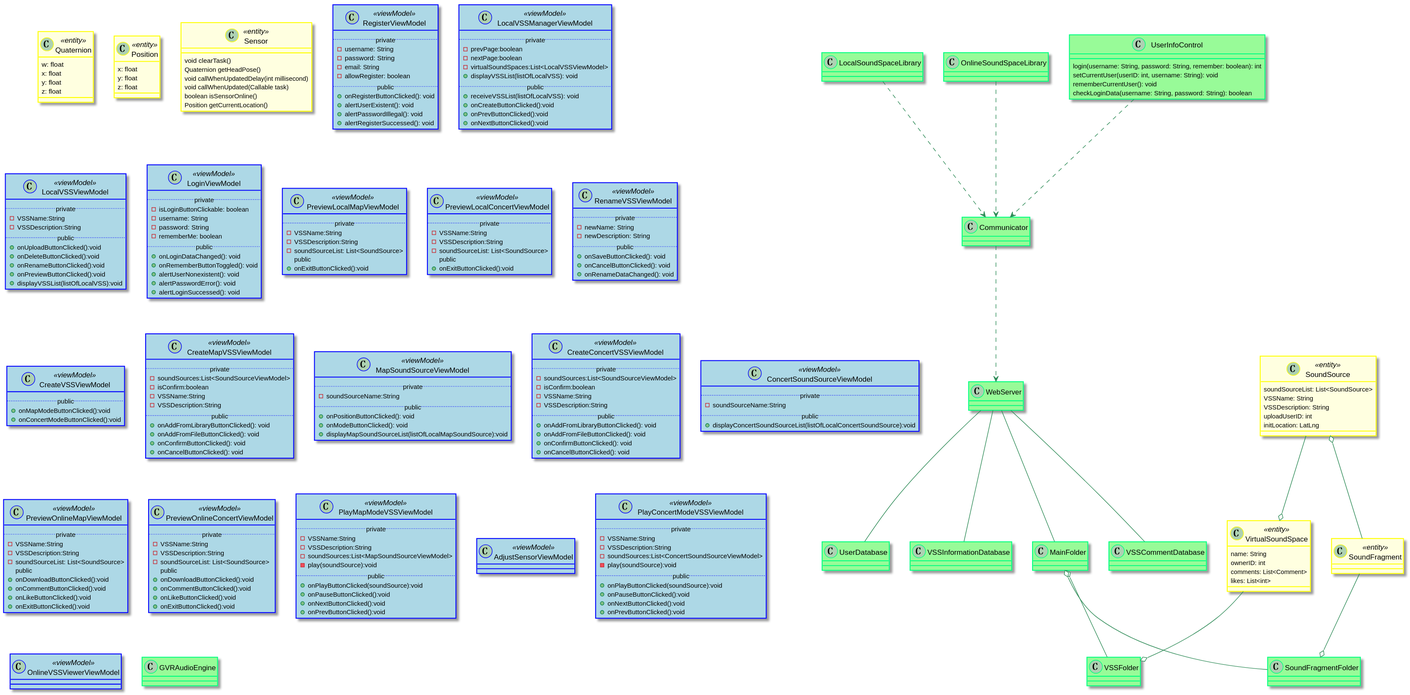
Earlier version of the PlantUML export 设计/Diagrams/ClassDiagram.svg (kpp19920121/doc).
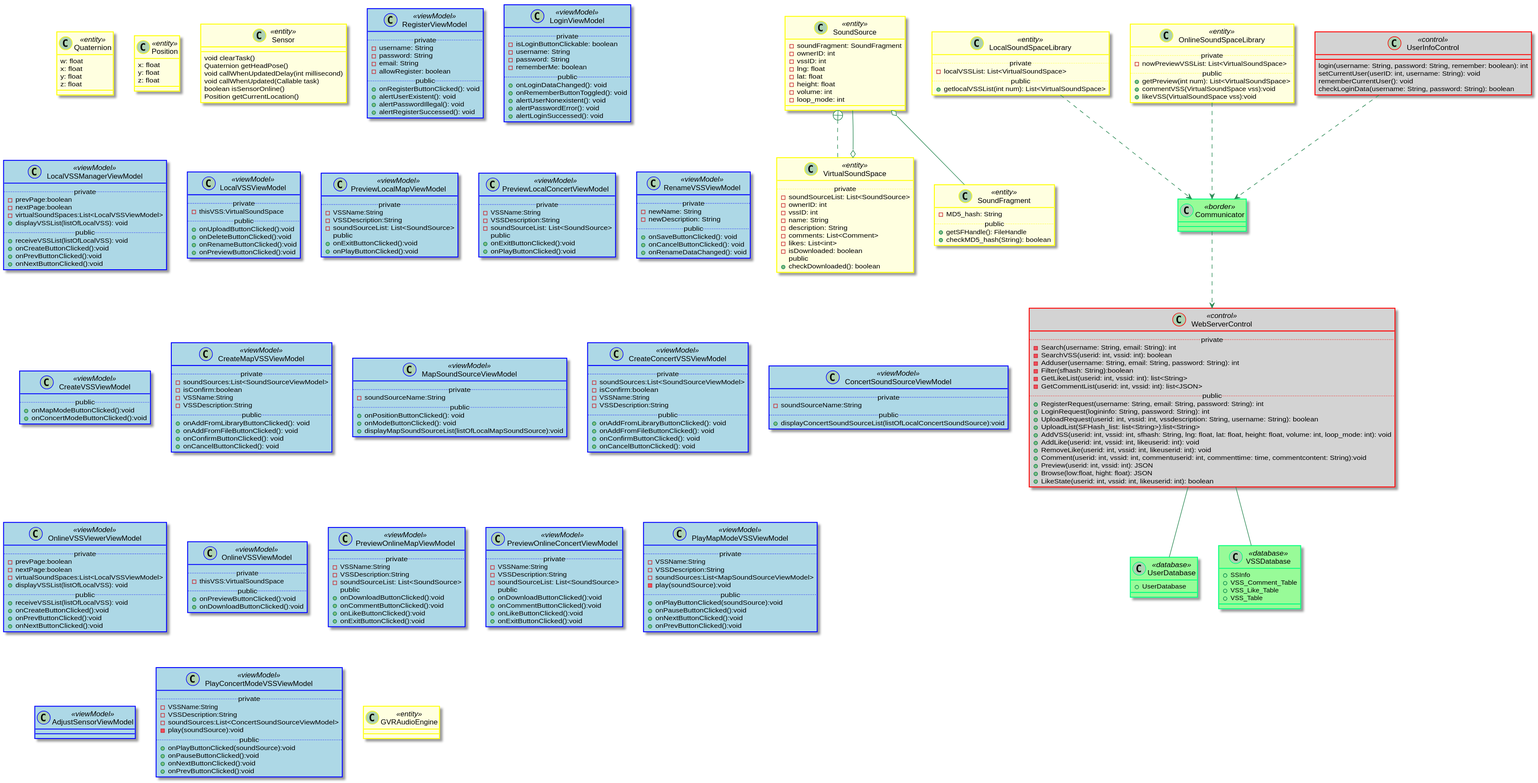
Above is the later version.

The edit, as a diff of the source:
```diff
@@ -25,10 +25,6 @@
 	z: float
 }
 
-
-class LocalSoundSpaceLibrary {
-
-}
 class Sensor <<entity>> {
 	void clearTask()
 	Quaternion getHeadPose()
@@ -37,25 +33,57 @@
 	boolean isSensorOnline()
 	Position getCurrentLocation()
 }
+
 class VirtualSoundSpace <<entity>> {
-	name: String
-	ownerID: int
-	comments: List<Comment>
-	likes: List<int>
+	..private..
+  - soundSourceList: List<SoundSource>
+  - ownerID: int
+  - vssID: int
+  - name: String
+  - description: String
+  - comments: List<Comment>
+  - likes: List<int>
+  - isDownloaded: boolean
+  ..public..
+  + checkDownloaded(): boolean
 }
+
 class SoundSource <<entity>> {
-	soundSourceList: List<SoundSource>
-	VSSName: String
-	VSSDescription: String
-	uploadUserID: int
-	initLocation: LatLng
+  - soundFragment: SoundFragment
+  - ownerID: int
+  - vssID: int
+  - lng: float
+  - lat: float
+  - height: float
+  - volume: int
+  - loop_mode: int
 }
-class OnlineSoundSpaceLibrary {
+SoundSource +.. VirtualSoundSpace
 
+class SoundFragment <<entity>> {
+  - MD5_hash: String
+  ..public..
+  + getSFHandle(): FileHandle
+  + checkMD5_hash(String): boolean
 }
-class SoundFragment <<entity>> {
 
+class LocalSoundSpaceLibrary <<entity>> {
+  ..private..
+  - localVSSList: List<VirtualSoundSpace>
+  ..public..
+  + getlocalVSSList(int num): List<VirtualSoundSpace>
 }
+
+class OnlineSoundSpaceLibrary <<entity>> {
+  ..private..
+  - nowPreviewVSSList: List<VirtualSoundSpace>
+  ..public..
+  + getPreview(int num): List<VirtualSoundSpace>
+  + commentVSS(VirtualSoundSpace vss):void
+  + likeVSS(VirtualSoundSpace vss):void
+}
+
+
 class RegisterViewModel <<viewModel>> {
     ..private..
     - username: String
@@ -68,29 +96,7 @@
     + alertPasswordIllegal(): void
     + alertRegisterSuccessed(): void
 }
-class LocalVSSManagerViewModel <<viewModel>> {
-  ..private..
-  -prevPage:boolean
-  -nextPage:boolean
-  -virtualSoundSpaces:List<LocalVSSViewModel>
-	+displayVSSList(listOfLocalVSS): void
-  ..public..
-	+receiveVSSList(listOfLocalVSS): void
-  +onCreateButtonClicked():void
-  +onPrevButtonClicked():void
-  +onNextButtonClicked():void
-}
-class LocalVSSViewModel <<viewModel>> {
-  ..private..
-  -VSSName:String
-  -VSSDescription:String
-  ..public..
-  +onUploadButtonClicked():void
-  +onDeleteButtonClicked():void
-  +onRenameButtonClicked():void
-  +onPreviewButtonClicked():void
-  +displayVSSList(listOfLocalVSS):void
-}
+
 class LoginViewModel <<viewModel>> {
     ..private..
     - isLoginButtonClickable: boolean
@@ -105,6 +111,30 @@
     + alertLoginSuccessed(): void
 }
 
+class LocalVSSManagerViewModel <<viewModel>> {
+  ..private..
+  -prevPage:boolean
+  -nextPage:boolean
+  -virtualSoundSpaces:List<LocalVSSViewModel>
+	+displayVSSList(listOfLocalVSS): void
+  ..public..
+	+receiveVSSList(listOfLocalVSS): void
+  +onCreateButtonClicked():void
+  +onPrevButtonClicked():void
+  +onNextButtonClicked():void
+}
+
+class LocalVSSViewModel <<viewModel>> {
+  ..private..
+  -thisVSS:VirtualSoundSpace
+  ..public..
+  +onUploadButtonClicked():void
+  +onDeleteButtonClicked():void
+  +onRenameButtonClicked():void
+  +onPreviewButtonClicked():void
+}
+
+
 class PreviewLocalMapViewModel <<viewModel>> {
 	..private..
   - VSSName:String
@@ -112,6 +142,7 @@
 	- soundSourceList: List<SoundSource>
   ..public..
   +onExitButtonClicked():void
+  +onPlayButtonClicked():void
 }
 class PreviewLocalConcertViewModel <<viewModel>> {
 	..private..
@@ -120,6 +151,7 @@
 	- soundSourceList: List<SoundSource>
   ..public..
   +onExitButtonClicked():void
+  +onPlayButtonClicked():void
 }
 
 class RenameVSSViewModel <<viewModel>> {
@@ -175,6 +207,28 @@
   ..public..
   +displayConcertSoundSourceList(listOfLocalConcertSoundSource):void
 }
+
+class OnlineVSSViewerViewModel <<viewModel>> {
+  ..private..
+  -prevPage:boolean
+  -nextPage:boolean
+  -virtualSoundSpaces:List<LocalVSSViewModel>
+	+displayVSSList(listOfLocalVSS): void
+  ..public..
+	+receiveVSSList(listOfLocalVSS): void
+  +onCreateButtonClicked():void
+  +onPrevButtonClicked():void
+  +onNextButtonClicked():void
+}
+
+class OnlineVSSViewModel <<viewModel>> {
+  ..private..
+  -thisVSS:VirtualSoundSpace
+  ..public..
+  +onPreviewButtonClicked():void
+  +onDownloadButtonClicked():void
+}
+
 class PreviewOnlineMapViewModel <<viewModel>> {
 	..private..
   - VSSName:String
@@ -226,54 +280,64 @@
   +onPrevButtonClicked():void
 }
 
-class OnlineVSSViewerViewModel <<viewModel>> {
+
+class GVRAudioEngine <<entity>>{
 
 }
-class GVRAudioEngine {
-
-}
-class UserInfoControl {
+class UserInfoControl <<control>>{
 	login(username: String, password: String, remember: boolean): int
 	setCurrentUser(userID: int, username: String): void
 	rememberCurrentUser(): void
 	checkLoginData(username: String, password: String): boolean
 }
 
-class Communicator{
+class Communicator<<border>>{
 
 }
-class WebServer{
+class WebServerControl<<control>>{
+	..private..
+	-Search(username: String, email: String): int
+	-SearchVSS(userid: int, vssid: int): boolean
+	-Adduser(username: String, email: String, password: String): int
+	-Filter(sfhash: String):boolean
+	-GetLikeList(userid: int, vssid: int): list<String>
+	-GetCommentList(userid: int, vssid: int): list<JSON>
+	..public..
+	+RegisterRequest(username: String, email: String, password: String): int
+	+LoginRequest(logininfo: String, password: String): int
+	+UploadRequest(userid: int, vssid: int, vssdescription: String, username: String): boolean
+	+UploadList(SFHash_list: list<String>):list<String>
+	+AddVSS(userid: int, vssid: int, sfhash: String, lng: float, lat: float, height: float, volume: int, loop_mode: int): void
+	+AddLike(userid: int, vssid: int, likeuserid: int): void
+	+RemoveLike(userid: int, vssid: int, likeuserid: int): void
+	+Comment(userid: int, vssid: int, commentuserid: int, commenttime: time, commentcontent: String):void
+	+Preview(userid: int, vssid: int): JSON
+	+Browse(low:float, hight: float): JSON
+	+LikeState(userid: int, vssid: int, likeuserid: int): boolean
 }
 
-class UserDatabase{
+class UserDatabase<<database>>{
+	+UserDatabase
 }
-class VSSInformationDatabase{
-}
-class MainFolder{
-}
-class VSSCommentDatabase{
+class VSSDatabase<<database>>{
+	+SSInfo
+	+VSS_Comment_Table
+	+VSS_Like_Table
+	+VSS_Table
 }
 
-class VSSFolder{
 
-}
-class SoundFragmentFolder{
 
-}
+
 
 
 UserInfoControl ..> Communicator
 LocalSoundSpaceLibrary ..> Communicator
 OnlineSoundSpaceLibrary ..> Communicator
-Communicator ..> WebServer
-WebServer -- VSSInformationDatabase
-WebServer -- MainFolder
-WebServer -- UserDatabase
-WebServer -- VSSCommentDatabase
-MainFolder o-- VSSFolder
-MainFolder o-- SoundFragmentFolder
-VirtualSoundSpace --o VSSFolder
-SoundFragment --o SoundFragmentFolder
+Communicator ..> WebServerControl
+WebServerControl -- VSSDatabase
+
+WebServerControl -- UserDatabase
 SoundSource o-- SoundFragment
 SoundSource --o VirtualSoundSpace
 
```
